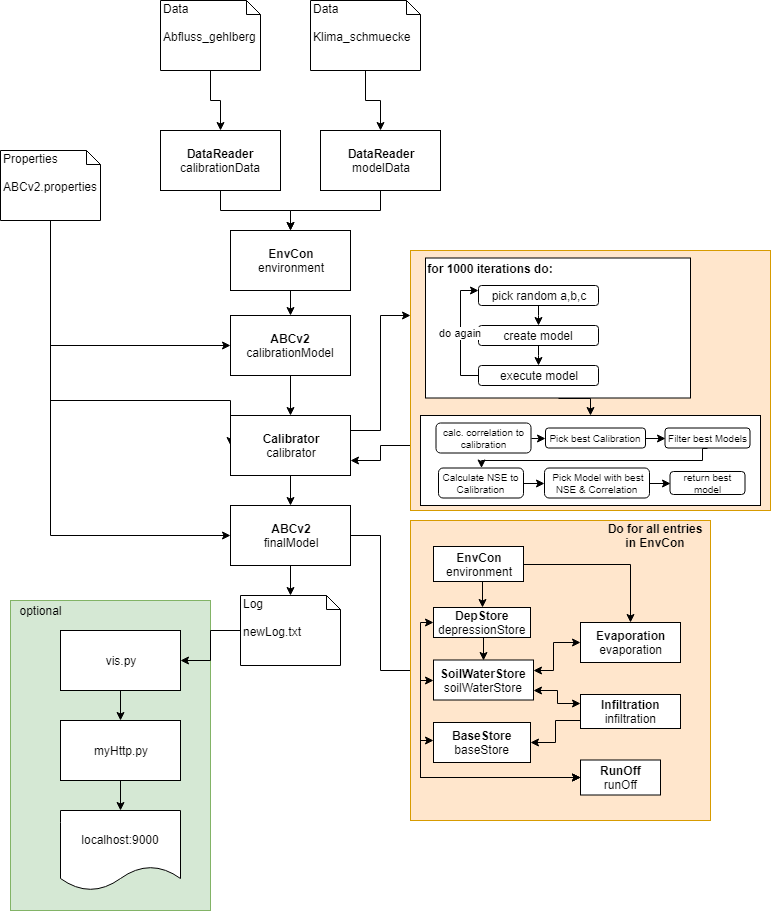
EricKrg/ABCv2 keeps this draw.io diagram as Untitled Diagram.png. Above is the earlier version. Source tidied: cells renumbered, new cells last; positions are measured from the earlier drawing's top-left corner, leaving out a move shared by most shapes.
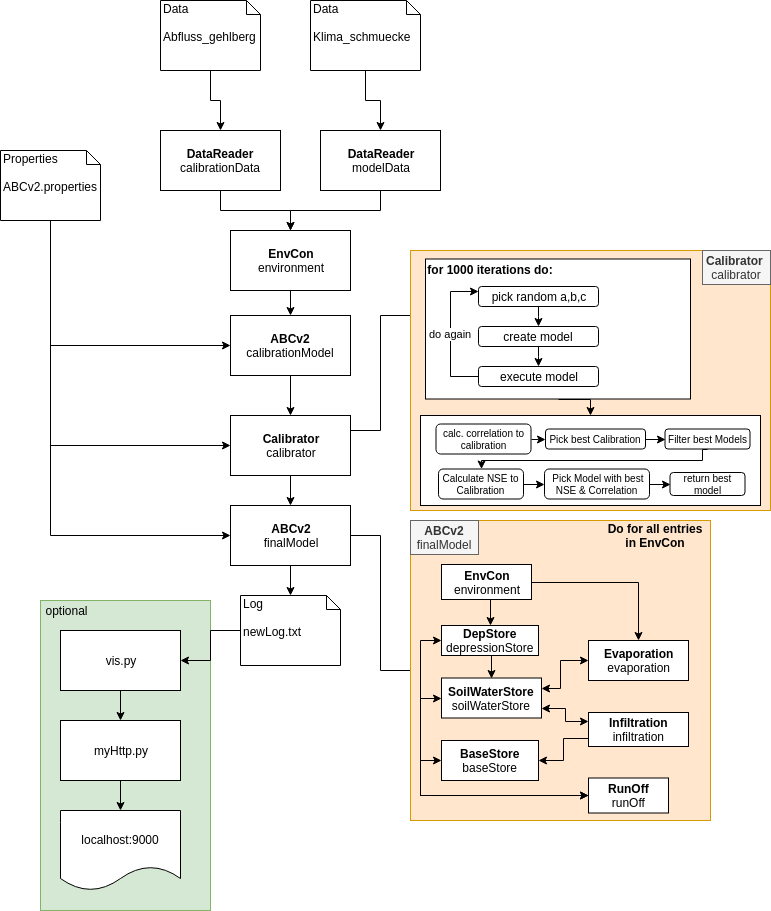
Above is the later version.

What changed in the source:
```diff
@@ -3,7 +3,7 @@
     <mxCell id="0" />
     <mxCell id="1" parent="0" />
     <mxCell id="2" style="rounded=0;whiteSpace=wrap;html=1;fillColor=#d5e8d4;strokeColor=#82b366;" parent="1" vertex="1">
-      <mxGeometry x="10" y="600" width="200" height="310" as="geometry" />
+      <mxGeometry x="40" y="600" width="170" height="310" as="geometry" />
     </mxCell>
     <mxCell id="3" style="edgeStyle=orthogonalEdgeStyle;rounded=0;jettySize=auto;html=1;exitX=0.5;exitY=1;exitDx=0;exitDy=0;exitPerimeter=0;" parent="1" edge="1" source="4" target="12">
       <mxGeometry relative="1" as="geometry" />
@@ -26,7 +26,7 @@
     <mxCell id="9" style="edgeStyle=orthogonalEdgeStyle;rounded=0;jettySize=auto;html=1;entryX=0;entryY=0.5;entryDx=0;entryDy=0;" parent="1" edge="1" source="10" target="19">
       <mxGeometry relative="1" as="geometry">
         <Array as="points">
-          <mxPoint x="50" y="400" />
+          <mxPoint x="50" y="445" />
         </Array>
       </mxGeometry>
     </mxCell>
@@ -54,7 +54,7 @@
     <mxCell id="17" style="edgeStyle=orthogonalEdgeStyle;rounded=0;jettySize=auto;html=1;" parent="1" edge="1" source="19" target="22">
       <mxGeometry relative="1" as="geometry" />
     </mxCell>
-    <mxCell id="18" style="edgeStyle=orthogonalEdgeStyle;rounded=0;jettySize=auto;html=1;exitX=1;exitY=0.25;exitDx=0;exitDy=0;entryX=0;entryY=0.25;entryDx=0;entryDy=0;" parent="1" edge="1" source="19" target="32">
+    <mxCell id="18" style="edgeStyle=orthogonalEdgeStyle;rounded=0;jettySize=auto;html=1;exitX=1;exitY=0.25;exitDx=0;exitDy=0;entryX=0;entryY=0.25;entryDx=0;entryDy=0;endArrow=none;endFill=0;" parent="1" edge="1" source="19" target="32">
       <mxGeometry relative="1" as="geometry" />
     </mxCell>
     <mxCell id="19" value="&lt;b&gt;Calibrator&lt;/b&gt;&lt;br&gt;calibrator&lt;br&gt;" style="rounded=0;whiteSpace=wrap;html=1;" parent="1" vertex="1">
@@ -91,11 +91,8 @@
       <mxGeometry x="60" y="810" width="120" height="80" as="geometry" />
     </mxCell>
     <mxCell id="30" value="optional" style="text;html=1;strokeColor=none;fillColor=none;align=center;verticalAlign=middle;whiteSpace=wrap;rounded=0;" parent="1" vertex="1">
-      <mxGeometry x="20" y="600" width="40" height="20" as="geometry" />
+      <mxGeometry x="46" y="600" width="40" height="20" as="geometry" />
     </mxCell>
-    <mxCell id="31" style="edgeStyle=orthogonalEdgeStyle;rounded=0;jettySize=auto;html=1;exitX=0;exitY=0.75;exitDx=0;exitDy=0;entryX=1;entryY=0.75;entryDx=0;entryDy=0;" parent="1" edge="1" source="32" target="19">
-      <mxGeometry relative="1" as="geometry" />
-    </mxCell>
     <mxCell id="32" value="&lt;div style=&quot;text-align: left&quot;&gt;&lt;br&gt;&lt;/div&gt;" style="rounded=0;whiteSpace=wrap;html=1;fillColor=#ffe6cc;strokeColor=#d79b00;" parent="1" vertex="1">
       <mxGeometry x="410" y="250" width="360" height="260" as="geometry" />
     </mxCell>
@@ -115,7 +112,7 @@
       <mxGeometry relative="1" as="geometry" />
     </mxCell>
     <mxCell id="38" value="&lt;b&gt;EnvCon&lt;/b&gt;&lt;br&gt;environment&lt;br&gt;" style="rounded=0;whiteSpace=wrap;html=1;" parent="1" vertex="1">
-      <mxGeometry x="433" y="546" width="90" height="35" as="geometry" />
+      <mxGeometry x="441" y="564" width="90" height="35" as="geometry" />
     </mxCell>
     <mxCell id="39" style="edgeStyle=orthogonalEdgeStyle;rounded=0;jettySize=auto;html=1;exitX=0.5;exitY=1;exitDx=0;exitDy=0;entryX=0.5;entryY=0;entryDx=0;entryDy=0;" parent="1" edge="1" source="41" target="44">
       <mxGeometry relative="1" as="geometry" />
@@ -128,7 +125,7 @@
       </mxGeometry>
     </mxCell>
     <mxCell id="41" value="&lt;b&gt;DepStore&lt;/b&gt;&lt;br&gt;depressionStore&lt;br&gt;" style="html=1;" parent="1" vertex="1">
-      <mxGeometry x="433" y="607" width="97" height="30" as="geometry" />
+      <mxGeometry x="441" y="625" width="97" height="30" as="geometry" />
     </mxCell>
     <mxCell id="42" style="edgeStyle=elbowEdgeStyle;rounded=0;jettySize=auto;html=1;exitX=1;exitY=0.75;exitDx=0;exitDy=0;entryX=0;entryY=0.25;entryDx=0;entryDy=0;startArrow=classic;startFill=1;endArrow=classic;endFill=1;" parent="1" edge="1" source="44" target="51">
       <mxGeometry relative="1" as="geometry" />
@@ -141,37 +138,38 @@
       </mxGeometry>
     </mxCell>
     <mxCell id="44" value="&lt;b&gt;SoilWaterStore&lt;br&gt;&lt;/b&gt;soilWaterStore&lt;b&gt;&lt;br&gt;&lt;/b&gt;" style="html=1;" parent="1" vertex="1">
-      <mxGeometry x="433" y="659.5" width="100" height="40" as="geometry" />
+      <mxGeometry x="441" y="677.5" width="100" height="40" as="geometry" />
     </mxCell>
-    <mxCell id="45" style="edgeStyle=elbowEdgeStyle;rounded=0;jettySize=auto;html=1;entryX=0;entryY=0.5;entryDx=0;entryDy=0;startArrow=classic;startFill=1;endArrow=classic;endFill=1;" parent="1" edge="1" source="46" target="47">
+    <mxCell id="45" style="edgeStyle=orthogonalEdgeStyle;rounded=0;jettySize=auto;html=1;exitX=0;exitY=0.5;exitDx=0;exitDy=0;entryX=0;entryY=0.5;entryDx=0;entryDy=0;endArrow=none;endFill=0;startArrow=classic;startFill=1;" parent="1" edge="1" source="46" target="47">
       <mxGeometry relative="1" as="geometry">
         <Array as="points">
-          <mxPoint x="420" y="740" />
+          <mxPoint x="420" y="760" />
+          <mxPoint x="420" y="795" />
         </Array>
       </mxGeometry>
     </mxCell>
     <mxCell id="46" value="&lt;b&gt;BaseStore&lt;/b&gt;&lt;br&gt;baseStore&lt;br&gt;" style="html=1;" parent="1" vertex="1">
-      <mxGeometry x="433" y="722" width="97" height="40" as="geometry" />
+      <mxGeometry x="441" y="740" width="97" height="40" as="geometry" />
     </mxCell>
     <mxCell id="47" value="&lt;b&gt;RunOff&lt;/b&gt;&lt;br&gt;runOff&lt;br&gt;" style="html=1;" parent="1" vertex="1">
-      <mxGeometry x="580" y="759.5" width="80" height="35" as="geometry" />
+      <mxGeometry x="588" y="777.5" width="80" height="35" as="geometry" />
     </mxCell>
     <mxCell id="48" style="edgeStyle=orthogonalEdgeStyle;rounded=0;jettySize=auto;html=1;exitX=0;exitY=0.5;exitDx=0;exitDy=0;entryX=1;entryY=0.25;entryDx=0;entryDy=0;startArrow=classic;startFill=1;" parent="1" edge="1" source="49" target="44">
       <mxGeometry relative="1" as="geometry">
         <Array as="points">
-          <mxPoint x="553" y="642" />
-          <mxPoint x="553" y="670" />
+          <mxPoint x="560" y="660" />
+          <mxPoint x="560" y="688" />
         </Array>
       </mxGeometry>
     </mxCell>
     <mxCell id="49" value="&lt;b&gt;Evaporation&lt;br&gt;&lt;/b&gt;evaporation&lt;b&gt;&lt;br&gt;&lt;/b&gt;" style="html=1;" parent="1" vertex="1">
-      <mxGeometry x="580" y="622" width="100" height="40" as="geometry" />
+      <mxGeometry x="588" y="640" width="100" height="40" as="geometry" />
     </mxCell>
     <mxCell id="50" style="edgeStyle=orthogonalEdgeStyle;rounded=0;jettySize=auto;html=1;exitX=0;exitY=0.75;exitDx=0;exitDy=0;entryX=1;entryY=0.5;entryDx=0;entryDy=0;startArrow=none;startFill=0;endArrow=classic;endFill=1;" parent="1" edge="1" source="51" target="46">
       <mxGeometry relative="1" as="geometry" />
     </mxCell>
     <mxCell id="51" value="&lt;b&gt;Infiltration&lt;/b&gt;&lt;br&gt;infiltration&lt;br&gt;" style="html=1;" parent="1" vertex="1">
-      <mxGeometry x="580" y="694" width="100" height="34" as="geometry" />
+      <mxGeometry x="588" y="712" width="100" height="34" as="geometry" />
     </mxCell>
     <mxCell id="52" value="Do for all entries in EnvCon" style="text;html=1;strokeColor=none;fillColor=none;align=center;verticalAlign=middle;whiteSpace=wrap;rounded=0;fontStyle=1;" parent="1" vertex="1">
       <mxGeometry x="600" y="525" width="110" height="20" as="geometry" />
@@ -180,73 +178,80 @@
       <mxGeometry relative="1" as="geometry" />
     </mxCell>
     <mxCell id="54" value="v" style="rounded=0;whiteSpace=wrap;html=1;" parent="1" vertex="1">
-      <mxGeometry x="425" y="257.5" width="265" height="140" as="geometry" />
+      <mxGeometry x="425" y="258.5" width="265" height="140" as="geometry" />
     </mxCell>
     <mxCell id="55" style="edgeStyle=elbowEdgeStyle;rounded=0;jettySize=auto;html=1;exitX=0.5;exitY=1;exitDx=0;exitDy=0;entryX=0.5;entryY=0;entryDx=0;entryDy=0;startArrow=none;startFill=0;endArrow=classic;endFill=1;" parent="1" edge="1" source="56" target="58">
       <mxGeometry relative="1" as="geometry" />
     </mxCell>
     <mxCell id="56" value="pick random a,b,c" style="rounded=1;whiteSpace=wrap;html=1;" parent="1" vertex="1">
-      <mxGeometry x="478" y="285" width="120" height="20" as="geometry" />
+      <mxGeometry x="478" y="286" width="120" height="20" as="geometry" />
     </mxCell>
     <mxCell id="57" style="edgeStyle=elbowEdgeStyle;rounded=0;jettySize=auto;html=1;exitX=0.5;exitY=1;exitDx=0;exitDy=0;entryX=0.5;entryY=0;entryDx=0;entryDy=0;startArrow=none;startFill=0;endArrow=classic;endFill=1;" parent="1" edge="1" source="58" target="60">
       <mxGeometry relative="1" as="geometry" />
     </mxCell>
     <mxCell id="58" value="create model" style="rounded=1;whiteSpace=wrap;html=1;" parent="1" vertex="1">
-      <mxGeometry x="478" y="325" width="120" height="20" as="geometry" />
+      <mxGeometry x="478" y="326" width="120" height="20" as="geometry" />
     </mxCell>
     <mxCell id="59" value="do again" style="edgeStyle=elbowEdgeStyle;rounded=0;jettySize=auto;html=1;exitX=0;exitY=0.5;exitDx=0;exitDy=0;entryX=0;entryY=0.25;entryDx=0;entryDy=0;startArrow=none;startFill=0;endArrow=classic;endFill=1;" parent="1" edge="1" source="60" target="56">
       <mxGeometry relative="1" as="geometry">
         <Array as="points">
-          <mxPoint x="460" y="350" />
+          <mxPoint x="450" y="340" />
         </Array>
       </mxGeometry>
     </mxCell>
     <mxCell id="60" value="execute model" style="rounded=1;whiteSpace=wrap;html=1;" parent="1" vertex="1">
-      <mxGeometry x="478" y="365" width="120" height="20" as="geometry" />
+      <mxGeometry x="478" y="366" width="120" height="20" as="geometry" />
     </mxCell>
     <mxCell id="61" style="html=1;" parent="1" vertex="1">
       <mxGeometry x="420" y="415" width="340" height="90" as="geometry" />
     </mxCell>
     <mxCell id="62" value="&lt;b&gt;for 1000 iterations do:&lt;/b&gt;" style="text;html=1;strokeColor=none;fillColor=none;align=center;verticalAlign=middle;whiteSpace=wrap;rounded=0;" parent="1" vertex="1">
-      <mxGeometry x="425" y="257.5" width="130" height="20" as="geometry" />
+      <mxGeometry x="425" y="258.5" width="130" height="20" as="geometry" />
     </mxCell>
     <mxCell id="63" style="edgeStyle=elbowEdgeStyle;rounded=0;jettySize=auto;html=1;exitX=1;exitY=0.5;exitDx=0;exitDy=0;entryX=0;entryY=0.5;entryDx=0;entryDy=0;startArrow=none;startFill=0;endArrow=classic;endFill=1;" parent="1" edge="1" source="64" target="66">
       <mxGeometry relative="1" as="geometry" />
     </mxCell>
     <mxCell id="64" value="calc. correlation to calibration" style="rounded=1;whiteSpace=wrap;html=1;fontSize=10;" parent="1" vertex="1">
-      <mxGeometry x="435.5" y="422.5" width="95" height="30" as="geometry" />
+      <mxGeometry x="435.5" y="423.5" width="95" height="30" as="geometry" />
     </mxCell>
     <mxCell id="65" style="edgeStyle=orthogonalEdgeStyle;rounded=0;jettySize=auto;html=1;exitX=1;exitY=0.5;exitDx=0;exitDy=0;entryX=0;entryY=0.5;entryDx=0;entryDy=0;startArrow=none;startFill=0;endArrow=classic;endFill=1;fontSize=10;" parent="1" edge="1" source="66" target="68">
       <mxGeometry relative="1" as="geometry" />
     </mxCell>
     <mxCell id="66" value="&lt;span style=&quot;font-size: 10px;&quot;&gt;Pick best Calibration&lt;/span&gt;" style="rounded=1;whiteSpace=wrap;html=1;fontSize=10;" parent="1" vertex="1">
-      <mxGeometry x="545" y="427.5" width="100" height="20" as="geometry" />
+      <mxGeometry x="545" y="428.5" width="100" height="20" as="geometry" />
     </mxCell>
     <mxCell id="67" style="edgeStyle=orthogonalEdgeStyle;rounded=0;jettySize=auto;html=1;exitX=0.5;exitY=1;exitDx=0;exitDy=0;startArrow=none;startFill=0;endArrow=classic;endFill=1;fontSize=10;" parent="1" edge="1" source="68" target="70">
       <mxGeometry relative="1" as="geometry">
         <Array as="points">
+          <mxPoint x="702" y="449" />
           <mxPoint x="702" y="460" />
           <mxPoint x="481" y="460" />
         </Array>
       </mxGeometry>
     </mxCell>
     <mxCell id="68" value="Filter best Models" style="rounded=1;whiteSpace=wrap;html=1;fontSize=10;" parent="1" vertex="1">
-      <mxGeometry x="664.5" y="427.5" width="85" height="20" as="geometry" />
+      <mxGeometry x="664.5" y="428.5" width="85" height="20" as="geometry" />
     </mxCell>
     <mxCell id="69" style="edgeStyle=orthogonalEdgeStyle;rounded=0;jettySize=auto;html=1;exitX=1;exitY=0.5;exitDx=0;exitDy=0;entryX=0;entryY=0.5;entryDx=0;entryDy=0;startArrow=none;startFill=0;endArrow=classic;endFill=1;fontSize=10;" parent="1" edge="1" source="70" target="72">
       <mxGeometry relative="1" as="geometry" />
     </mxCell>
     <mxCell id="70" value="&lt;span style=&quot;font-size: 10px;&quot;&gt;Calculate NSE to Calibration&lt;/span&gt;" style="rounded=1;whiteSpace=wrap;html=1;fontSize=10;" parent="1" vertex="1">
-      <mxGeometry x="438" y="467.5" width="85" height="30" as="geometry" />
+      <mxGeometry x="438" y="468.5" width="85" height="30" as="geometry" />
     </mxCell>
     <mxCell id="71" style="edgeStyle=orthogonalEdgeStyle;rounded=0;jettySize=auto;html=1;exitX=1;exitY=0.5;exitDx=0;exitDy=0;entryX=1;entryY=0.5;entryDx=0;entryDy=0;startArrow=none;startFill=0;endArrow=classic;endFill=1;fontSize=10;" parent="1" edge="1" source="72" target="73">
       <mxGeometry relative="1" as="geometry" />
     </mxCell>
     <mxCell id="72" value="&lt;span style=&quot;font-size: 10px;&quot;&gt;&amp;nbsp;Pick Model with best NSE &amp;amp; Correlation&lt;/span&gt;" style="rounded=1;whiteSpace=wrap;html=1;fontSize=10;" parent="1" vertex="1">
-      <mxGeometry x="544" y="467.5" width="105" height="30" as="geometry" />
+      <mxGeometry x="544" y="468.5" width="105" height="30" as="geometry" />
     </mxCell>
     <mxCell id="73" value="return best model" style="rounded=1;whiteSpace=wrap;html=1;direction=west;fontSize=10;" parent="1" vertex="1">
-      <mxGeometry x="669.5" y="471" width="75" height="23" as="geometry" />
+      <mxGeometry x="669.5" y="472" width="75" height="23" as="geometry" />
     </mxCell>
+    <mxCell id="74" value="&lt;b&gt;ABCv2&lt;/b&gt; finalModel" style="text;html=1;strokeColor=#666666;fillColor=#f5f5f5;align=center;verticalAlign=middle;whiteSpace=wrap;rounded=0;fontColor=#333333;" parent="1" vertex="1">
+      <mxGeometry x="410" y="520" width="68" height="34" as="geometry" />
+    </mxCell>
+    <mxCell id="75" value="&lt;b&gt;Calibrator&lt;/b&gt;&amp;nbsp; calibrator" style="text;html=1;strokeColor=#666666;fillColor=#f5f5f5;align=center;verticalAlign=middle;whiteSpace=wrap;rounded=0;fontColor=#333333;" parent="1" vertex="1">
+      <mxGeometry x="702" y="250" width="68" height="34" as="geometry" />
+    </mxCell>
   </root>
 </mxGraphModel>
```
